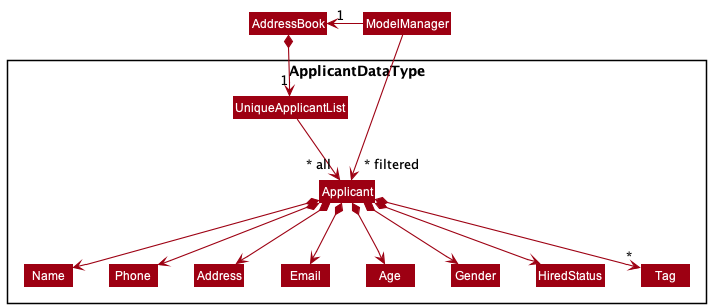
This is docs/images/ModelApplicantClassDiagram.png from nus-cs2103-AY2122S2/tp, a PlantUML export, as it was before one commit. The source it was exported from:
```plantuml
@startuml
!include style.puml
skinparam arrowThickness 1.1
skinparam arrowColor MODEL_COLOR
skinparam classBackgroundColor MODEL_COLOR

Class AddressBook
Class ModelManager

Package ApplicantDataType <<Rectangle>>{

Class UniqueApplicantList
Class Applicant
Class Address
Class Email
Class Age
Class Gender
Class Name
Class Phone
Class HiredStatus
Class Tag
}

ModelManager -->"~* filtered" Applicant

AddressBook *--> "1" UniqueApplicantList
UniqueApplicantList --> "~* all" Applicant
Applicant *--> Name
Applicant *--> Phone
Applicant *--> Email
Applicant *--> Age
Applicant *--> Gender
Applicant *--> Address
Applicant *--> HiredStatus
Applicant *--> "*" Tag

Name -[hidden]right-> Phone
Phone -[hidden]right-> Address
Address -[hidden]right-> Email

ModelManager -left-> "1" AddressBook

@enduml
```
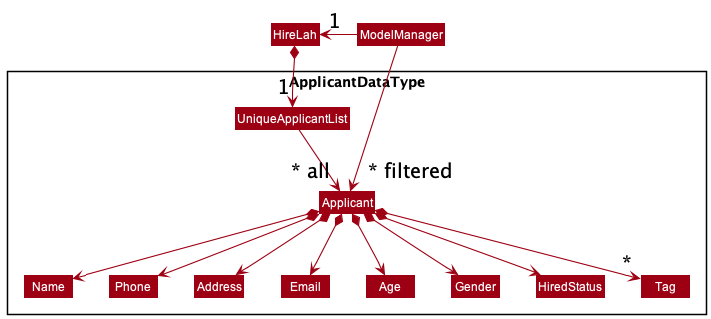
Above is the later version.

Commit message:
Update AddressBook to HireLah in DG

The edit, as a diff of the source:
```diff
@@ -4,7 +4,7 @@
 skinparam arrowColor MODEL_COLOR
 skinparam classBackgroundColor MODEL_COLOR
 
-Class AddressBook
+Class HireLah
 Class ModelManager
 
 Package ApplicantDataType <<Rectangle>>{
@@ -23,7 +23,7 @@
 
 ModelManager -->"~* filtered" Applicant
 
-AddressBook *--> "1" UniqueApplicantList
+HireLah *--> "1" UniqueApplicantList
 UniqueApplicantList --> "~* all" Applicant
 Applicant *--> Name
 Applicant *--> Phone
@@ -38,6 +38,6 @@
 Phone -[hidden]right-> Address
 Address -[hidden]right-> Email
 
-ModelManager -left-> "1" AddressBook
+ModelManager -left-> "1" HireLah
 
 @enduml
```
